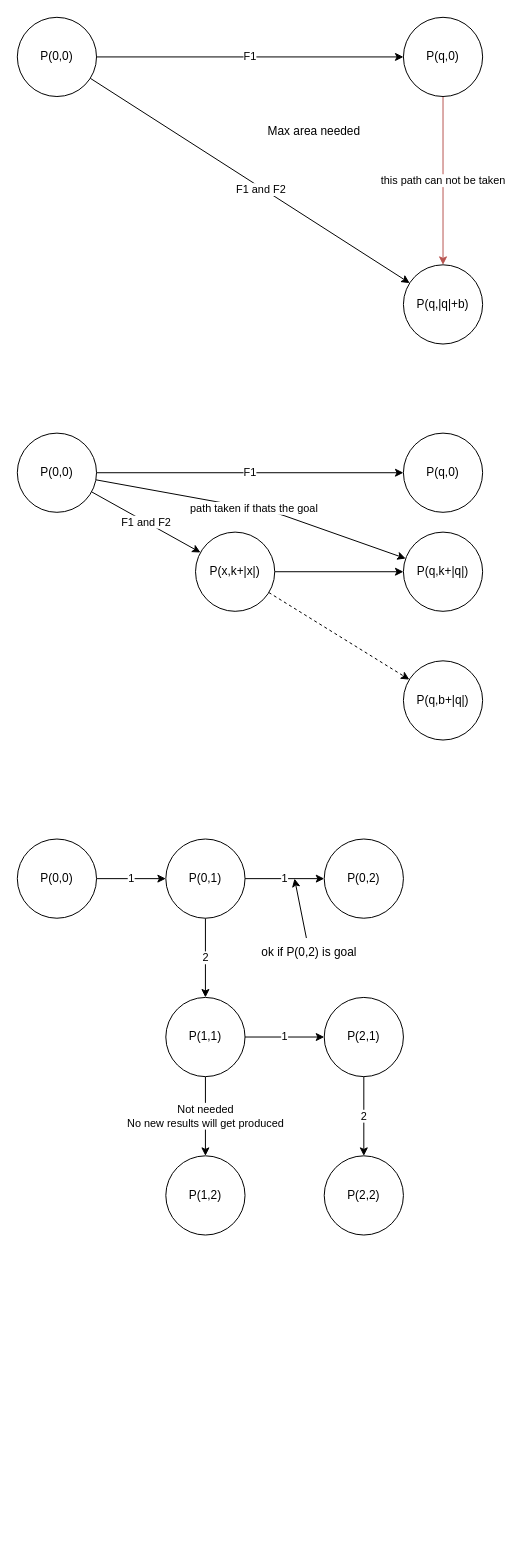
Before: search.drawio in ple1n/strprox, a draw.io diagram. Source tidied: cells renumbered, new cells numbered last; positions are measured from the earlier drawing's top-left corner, leaving out a move shared by most shapes. Both pictures are drawn from the tidied source at 99%, with x=0, y=0 at pixel (17, 17).
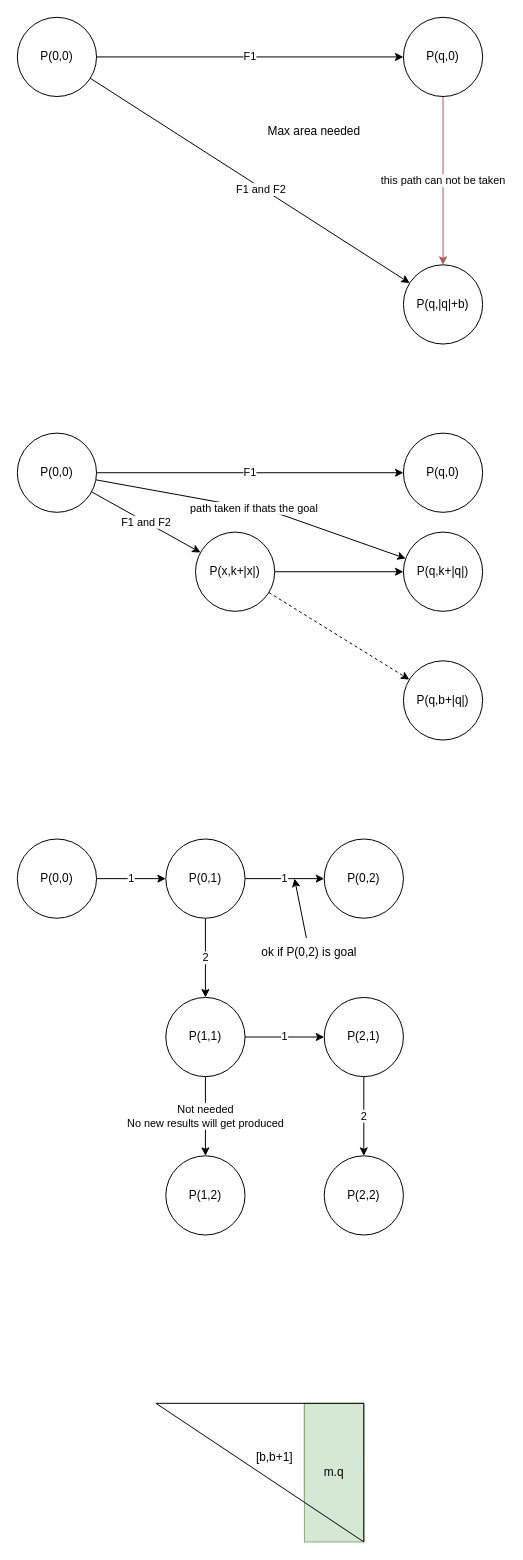
The same diagram, later.

The edit, as a diff of the source:
```diff
@@
+    <mxCell id="35" style="edgeStyle=none;orthogonalLoop=1;jettySize=auto;html=1;endArrow=none;endFill=0;" parent="1" edge="1">
+      <mxGeometry relative="1" as="geometry">
+        <mxPoint x="290" y="1400" as="sourcePoint" />
+        <mxPoint x="290" y="1500" as="targetPoint" />
+      </mxGeometry>
+    </mxCell>
+    <mxCell id="36" value="m.q" style="text;html=1;align=center;verticalAlign=middle;whiteSpace=wrap;rounded=0;fillColor=#d5e8d4;strokeColor=#82b366;" parent="1" vertex="1">
+      <mxGeometry x="290" y="1400" width="60" height="140" as="geometry" />
+    </mxCell>
+    <mxCell id="37" style="group;" parent="1" vertex="1">
+      <mxGeometry x="140" y="1400" width="210" height="140" as="geometry" />
+    </mxCell>
+    <mxCell id="38" style="edgeStyle=none;orthogonalLoop=1;jettySize=auto;html=1;endArrow=none;endFill=0;" parent="37" edge="1">
+      <mxGeometry relative="1" as="geometry">
+        <mxPoint as="sourcePoint" />
+        <mxPoint x="210" as="targetPoint" />
+      </mxGeometry>
+    </mxCell>
+    <mxCell id="39" style="edgeStyle=none;orthogonalLoop=1;jettySize=auto;html=1;endArrow=none;endFill=0;" parent="37" edge="1">
+      <mxGeometry relative="1" as="geometry">
+        <mxPoint x="210" as="sourcePoint" />
+        <mxPoint x="210" y="140" as="targetPoint" />
+      </mxGeometry>
+    </mxCell>
+    <mxCell id="40" style="edgeStyle=none;orthogonalLoop=1;jettySize=auto;html=1;endArrow=none;endFill=0;" parent="37" edge="1">
+      <mxGeometry relative="1" as="geometry">
+        <mxPoint x="210" y="140" as="sourcePoint" />
+        <mxPoint as="targetPoint" />
+      </mxGeometry>
+    </mxCell>
+    <mxCell id="41" value="[b,b+1]" style="text;html=1;align=center;verticalAlign=middle;whiteSpace=wrap;rounded=0;" parent="37" vertex="1">
+      <mxGeometry x="90" y="40" width="60" height="30" as="geometry" />
+    </mxCell>
```
